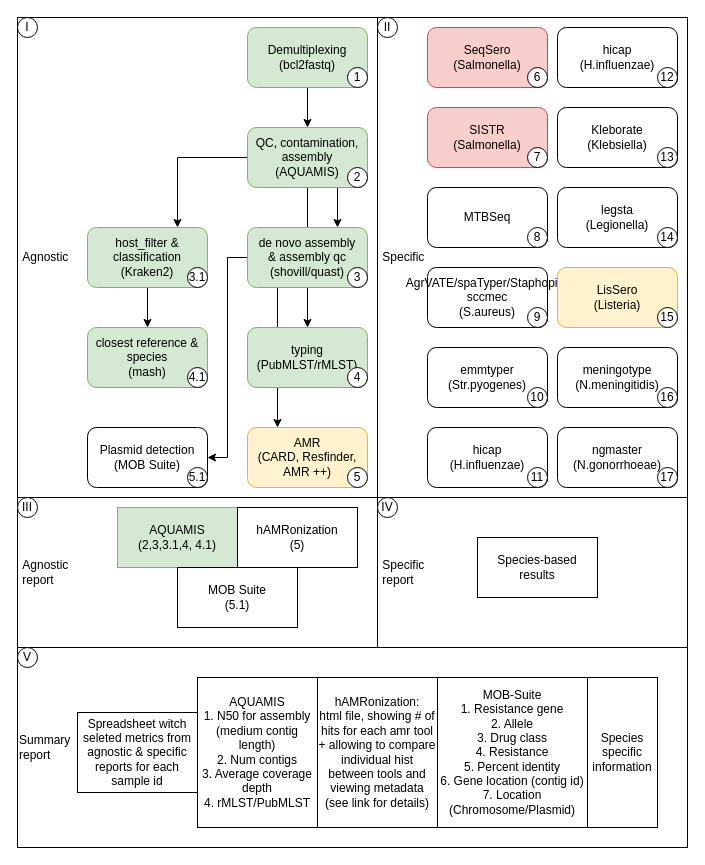
This is Agnostic_specific_pipe.drawio from NMRL/Ardetype, a draw.io file, before an edit. Source tidied: cells renumbered, new cells numbered last; positions are measured from the earlier drawing's top-left corner, leaving out a move shared by most shapes. Both pictures are drawn from the tidied source at 100%, with x=0, y=0 at pixel (17, 17).
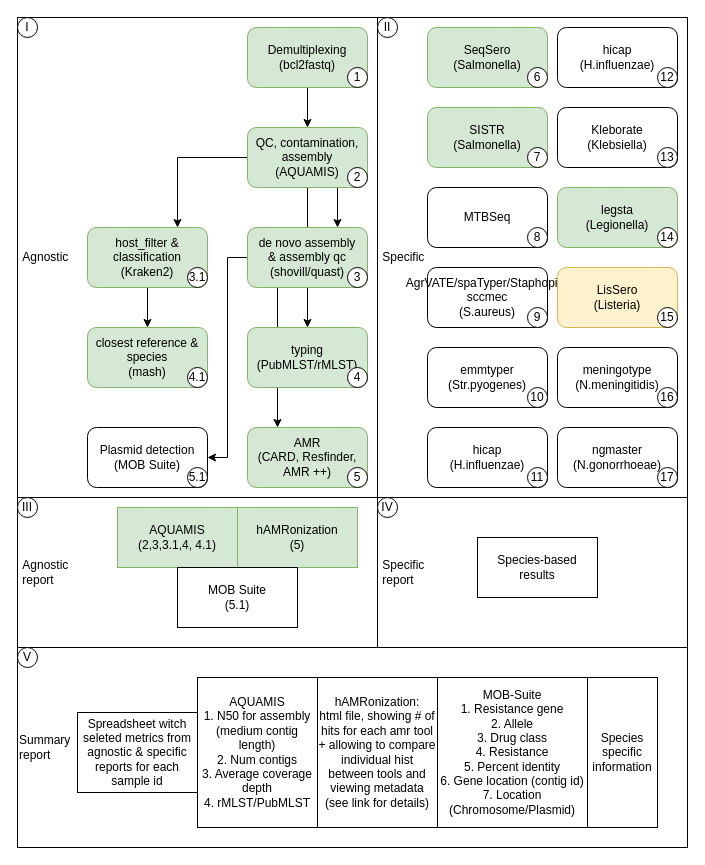
The same diagram, later.

The edit, as a diff of the source:
```diff
@@
-    <mxCell id="14" value="&lt;div&gt;AMR&lt;/div&gt;(CARD, Resfinder, AMR ++)" style="rounded=1;whiteSpace=wrap;html=1;fillColor=#fff2cc;strokeColor=#d6b656;" parent="1" vertex="1">
+    <mxCell id="14" value="&lt;div&gt;AMR&lt;/div&gt;(CARD, Resfinder, AMR ++)" style="rounded=1;whiteSpace=wrap;html=1;fillColor=#d5e8d4;strokeColor=#82b366;" parent="1" vertex="1">
       <mxGeometry x="230" y="410" width="120" height="60" as="geometry" />
     </mxCell>
@@
-    <mxCell id="16" value="&lt;div&gt;SeqSero&lt;br&gt;(Salmonella)&lt;br&gt;&lt;/div&gt;" style="rounded=1;whiteSpace=wrap;html=1;fillColor=#f8cecc;strokeColor=#b85450;" parent="1" vertex="1">
+    <mxCell id="16" value="&lt;div&gt;SeqSero&lt;br&gt;(Salmonella)&lt;br&gt;&lt;/div&gt;" style="rounded=1;whiteSpace=wrap;html=1;fillColor=#d5e8d4;strokeColor=#82b366;" parent="1" vertex="1">
       <mxGeometry x="410" y="10" width="120" height="60" as="geometry" />
     </mxCell>
@@
-    <mxCell id="18" value="&lt;div&gt;SISTR&lt;/div&gt;(Salmonella)" style="rounded=1;whiteSpace=wrap;html=1;fillColor=#f8cecc;strokeColor=#b85450;" parent="1" vertex="1">
+    <mxCell id="18" value="&lt;div&gt;SISTR&lt;/div&gt;(Salmonella)" style="rounded=1;whiteSpace=wrap;html=1;fillColor=#d5e8d4;strokeColor=#82b366;" parent="1" vertex="1">
       <mxGeometry x="410" y="90" width="120" height="60" as="geometry" />
     </mxCell>
@@
-    <mxCell id="24" value="&lt;div&gt;legsta&lt;/div&gt;&lt;div&gt;(Legionella)&lt;br&gt;&lt;/div&gt;" style="rounded=1;whiteSpace=wrap;html=1;" parent="1" vertex="1">
+    <mxCell id="24" value="&lt;div&gt;legsta&lt;/div&gt;&lt;div&gt;(Legionella)&lt;br&gt;&lt;/div&gt;" style="rounded=1;whiteSpace=wrap;html=1;fillColor=#d5e8d4;strokeColor=#82b366;" parent="1" vertex="1">
       <mxGeometry x="540" y="170" width="120" height="60" as="geometry" />
     </mxCell>
@@
-    <mxCell id="51" value="hAMRonization&lt;br&gt;(5)" style="rounded=0;whiteSpace=wrap;html=1;" parent="1" vertex="1">
+    <mxCell id="51" value="hAMRonization&lt;br&gt;(5)" style="rounded=0;whiteSpace=wrap;html=1;fillColor=#d5e8d4;strokeColor=#82b366;" parent="1" vertex="1">
       <mxGeometry x="220" y="490" width="120" height="60" as="geometry" />
     </mxCell>
```
